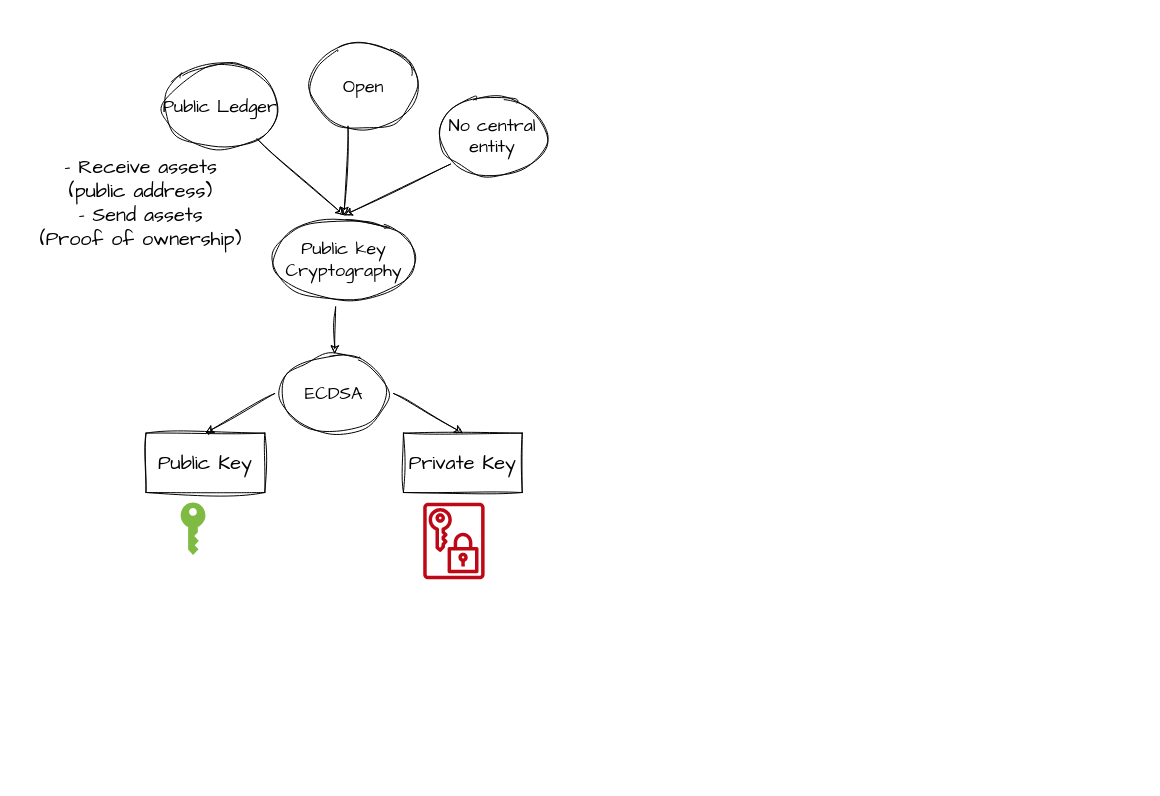
rya-sge/access-denied keeps this draw.io diagram as page "crypto-wallet-origin" (2 of 20) of schema/crypto-wallet.drawio. Above is the earlier version. Source tidied: cells renumbered, new cells numbered last; positions are measured from the earlier drawing's top-left corner, leaving out a move shared by most shapes. Both pictures are drawn from the tidied source at 99%, with x=0, y=0 at pixel (17, 47).
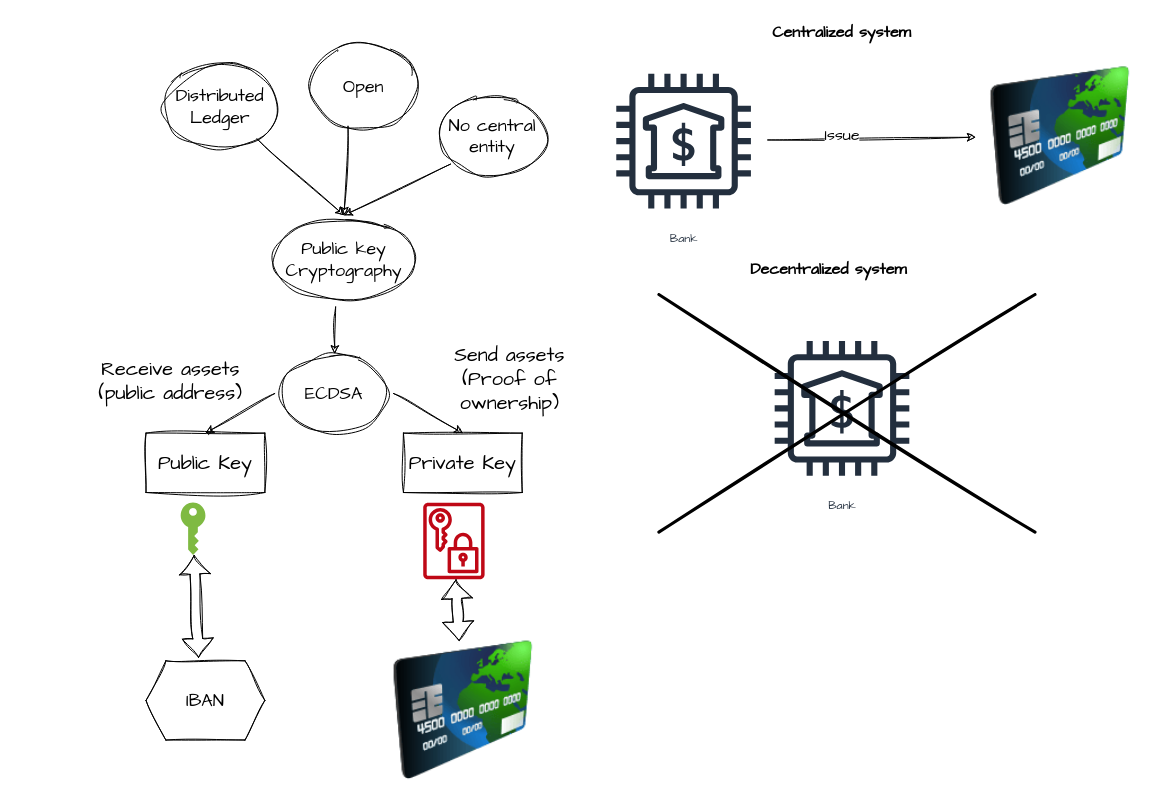
The same page after the edit.

The change refers to these unchanged cells:
```xml
<mxCell id="11" style="sketch=0;shadow=0;dashed=0;html=1;strokeColor=none;labelPosition=center;verticalLabelPosition=bottom;verticalAlign=top;outlineConnect=0;align=center;shape=mxgraph.office.security.key_permissions;fillColor=#7FBA42;hachureGap=4;jiggle=2;fontFamily=Architects Daughter;fontSize=20;" parent="1" vertex="1">
  <mxGeometry x="165" y="460" width="25" height="53" as="geometry" />
</mxCell>
<mxCell id="12" style="sketch=0;outlineConnect=0;fontColor=#232F3E;gradientColor=none;fillColor=#BF0816;strokeColor=none;dashed=0;verticalLabelPosition=bottom;verticalAlign=top;align=center;html=1;fontSize=12;fontStyle=0;shape=mxgraph.aws4.data_encryption_key;hachureGap=4;jiggle=2;fontFamily=Architects Daughter;" parent="1" vertex="1">
  <mxGeometry x="410" y="460" width="62" height="78" as="geometry" />
</mxCell>
```

The edit, as a diff of the source:
```diff
@@
-    <mxCell id="2" value="Public Ledger" style="ellipse;whiteSpace=wrap;html=1;hachureGap=4;jiggle=2;fontFamily=Architects Daughter;fontSize=18;sketch=1;" parent="1" vertex="1">
+    <mxCell id="2" value="Distributed Ledger" style="ellipse;whiteSpace=wrap;html=1;hachureGap=4;jiggle=2;fontFamily=Architects Daughter;fontSize=18;sketch=1;" parent="1" vertex="1">
       <mxGeometry x="140" y="20" width="130" height="80" as="geometry" />
     </mxCell>
@@
-    <mxCell id="15" value="&lt;br&gt;- Receive assets&lt;br&gt;(public address)&lt;br&gt;- Send assets &lt;br&gt;(Proof of ownership)" style="text;html=1;strokeColor=none;fillColor=none;align=center;verticalAlign=middle;whiteSpace=wrap;rounded=0;sketch=1;hachureGap=4;jiggle=2;fontFamily=Architects Daughter;fontSize=20;" parent="1" vertex="1">
-      <mxGeometry y="110" width="250" height="70" as="geometry" />
+    <mxCell id="15" value="&lt;br&gt;Receive assets&lt;br&gt;(public address)" style="text;html=1;strokeColor=none;fillColor=none;align=center;verticalAlign=middle;whiteSpace=wrap;rounded=0;sketch=1;hachureGap=4;jiggle=2;fontFamily=Architects Daughter;fontSize=20;" parent="1" vertex="1">
+      <mxGeometry x="30" y="290" width="250" height="70" as="geometry" />
     </mxCell>
@@
+    <mxCell id="18" value="&lt;span style=&quot;font-size: 20px;&quot;&gt;Send assets&lt;/span&gt;&lt;br style=&quot;font-size: 20px;&quot;&gt;&lt;span style=&quot;font-size: 20px;&quot;&gt;(Proof of ownership)&lt;/span&gt;" style="text;html=1;strokeColor=none;fillColor=none;align=center;verticalAlign=middle;whiteSpace=wrap;rounded=0;sketch=1;hachureGap=4;jiggle=2;fontFamily=Architects Daughter;fontSize=16;" parent="1" vertex="1">
+      <mxGeometry x="415" y="320" width="165" height="30" as="geometry" />
+    </mxCell>
+    <mxCell id="19" value="IBAN" style="shape=hexagon;perimeter=hexagonPerimeter2;whiteSpace=wrap;html=1;fixedSize=1;sketch=1;hachureGap=4;jiggle=2;fontFamily=Architects Daughter;fontSize=18;" parent="1" vertex="1">
+      <mxGeometry x="130" y="620" width="120" height="80" as="geometry" />
+    </mxCell>
+    <mxCell id="20" style="image;html=1;image=img/lib/clip_art/finance/Credit_Card_128x128.png;sketch=1;hachureGap=4;jiggle=2;fontFamily=Architects Daughter;fontSize=18;" parent="1" vertex="1">
+      <mxGeometry x="365" y="600" width="170" height="140" as="geometry" />
+    </mxCell>
+    <mxCell id="21" style="shape=flexArrow;endArrow=classic;startArrow=classic;html=1;rounded=0;sketch=1;hachureGap=4;jiggle=2;fontFamily=Architects Daughter;fontSize=18;exitX=0.442;exitY=-0.037;exitDx=0;exitDy=0;exitPerimeter=0;" parent="1" edge="1" source="19" target="11">
+      <mxGeometry relative="1" as="geometry" />
+    </mxCell>
+    <mxCell id="22" style="shape=flexArrow;endArrow=classic;startArrow=classic;html=1;rounded=0;sketch=1;hachureGap=4;jiggle=2;fontFamily=Architects Daughter;fontSize=18;" parent="1" edge="1" source="20" target="12">
+      <mxGeometry relative="1" as="geometry" />
+    </mxCell>
+    <mxCell id="23" value="Bank" style="sketch=0;outlineConnect=0;fontColor=#232F3E;gradientColor=none;strokeColor=#232F3E;fillColor=#ffffff;dashed=0;verticalLabelPosition=bottom;verticalAlign=top;align=center;html=1;fontSize=12;fontStyle=0;shape=mxgraph.aws4.resourceIcon;resIcon=mxgraph.aws4.bank;hachureGap=4;jiggle=2;fontFamily=Architects Daughter;" parent="1" vertex="1">
+      <mxGeometry x="588" y="10" width="170" height="170" as="geometry" />
+    </mxCell>
+    <mxCell id="24" style="image;html=1;image=img/lib/clip_art/finance/Credit_Card_128x128.png;sketch=1;hachureGap=4;jiggle=2;fontFamily=Architects Daughter;fontSize=18;" parent="1" vertex="1">
+      <mxGeometry x="968" y="20" width="170" height="140" as="geometry" />
+    </mxCell>
+    <mxCell id="25" style="endArrow=classic;html=1;rounded=0;sketch=1;hachureGap=4;jiggle=2;fontFamily=Architects Daughter;fontSize=16;" parent="1" edge="1" source="23" target="24">
+      <mxGeometry relative="1" as="geometry" />
+    </mxCell>
+    <mxCell id="26" value="Issue" style="edgeLabel;html=1;align=center;verticalAlign=middle;fontSize=16;fontFamily=Architects Daughter;" parent="25" vertex="1">
+      <mxGeometry x="-0.29" y="4" relative="1" as="geometry" />
+    </mxCell>
+    <mxCell id="27" value="Centralized system" style="text;html=1;strokeColor=none;fillColor=none;align=center;verticalAlign=middle;whiteSpace=wrap;rounded=0;sketch=1;hachureGap=4;jiggle=2;fontFamily=Architects Daughter;fontSize=16;fontStyle=1;" parent="1" vertex="1">
+      <mxGeometry x="728" y="-30" width="210" height="30" as="geometry" />
+    </mxCell>
+    <mxCell id="28" value="Decentralized system&amp;nbsp;" style="text;html=1;strokeColor=none;fillColor=none;align=center;verticalAlign=middle;whiteSpace=wrap;rounded=0;sketch=1;hachureGap=4;jiggle=2;fontFamily=Architects Daughter;fontSize=16;fontStyle=1;" parent="1" vertex="1">
+      <mxGeometry x="718" y="210" width="210" height="30" as="geometry" />
+    </mxCell>
+    <mxCell id="29" value="Bank" style="sketch=0;fontColor=#232F3E;gradientColor=none;strokeColor=#232F3E;fillColor=#ffffff;dashed=0;verticalLabelPosition=bottom;verticalAlign=top;align=center;html=1;fontSize=12;fontStyle=0;shape=mxgraph.aws4.resourceIcon;resIcon=mxgraph.aws4.bank;hachureGap=4;jiggle=2;fontFamily=Architects Daughter;" parent="1" vertex="1">
+      <mxGeometry x="748" y="280" width="170" height="170" as="geometry" />
+    </mxCell>
+    <mxCell id="30" style="shape=umlDestroy;whiteSpace=wrap;html=1;strokeWidth=3;sketch=1;hachureGap=4;jiggle=2;fontFamily=Architects Daughter;fontSize=20;" parent="1" vertex="1">
+      <mxGeometry x="648" y="250" width="380" height="240" as="geometry" />
+    </mxCell>
```
